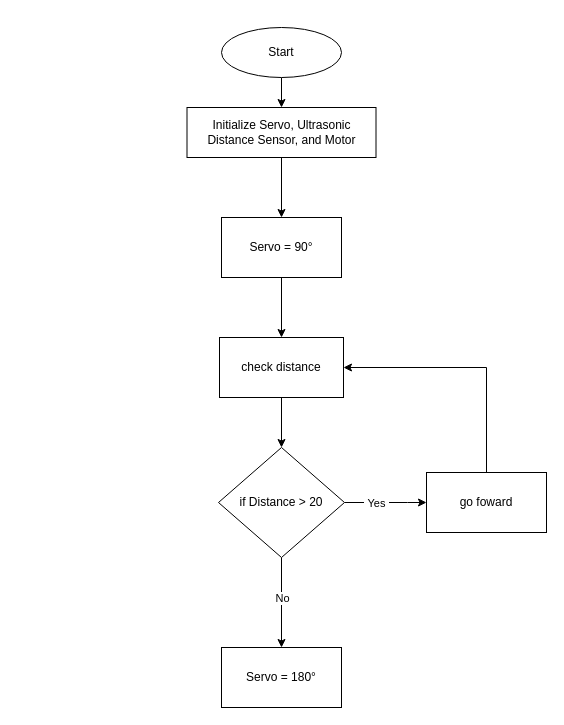
The draw.io diagram Untitled Diagram.drawio in MeghanRN/Meghan-Robotics-Crash-Course, before the edit. Source tidied: cells renumbered, new cells numbered last; positions are measured from the earlier drawing's top-left corner, leaving out a move shared by most shapes. Both pictures are drawn from the tidied source at 100%, with x=0, y=0 at pixel (187, 27).
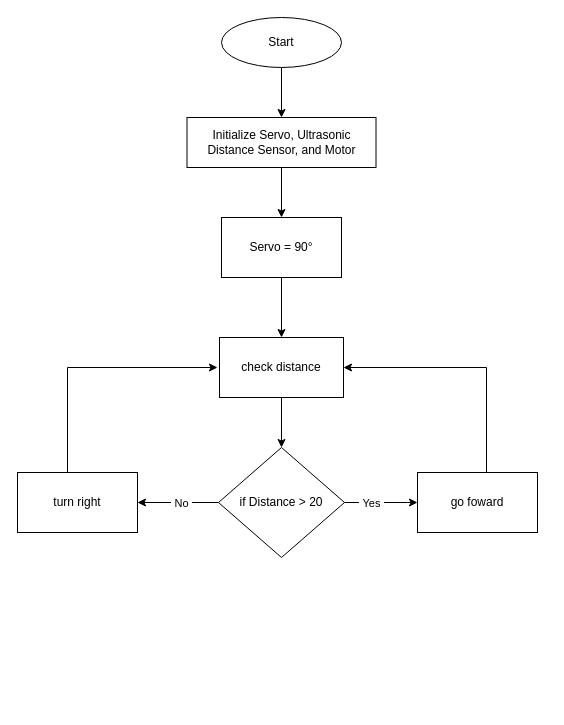
Above is the later version.

The change refers to these unchanged cells:
```xml
<mxCell id="13" value="if Distance &amp;gt; 20" style="rhombus;whiteSpace=wrap;html=1;rounded=0;" parent="1" vertex="1">
  <mxGeometry x="31" y="420" width="126" height="110" as="geometry" />
</mxCell>
```

The edit, as a diff of the source:
```diff
@@
     <mxCell id="3" value="Start" style="ellipse;whiteSpace=wrap;html=1;" parent="1" vertex="1">
-      <mxGeometry x="34" width="120" height="50" as="geometry" />
+      <mxGeometry x="34" y="-10" width="120" height="50" as="geometry" />
     </mxCell>
@@
     <mxCell id="5" value="Initialize Servo, Ultrasonic Distance Sensor, and Motor" style="rounded=0;whiteSpace=wrap;html=1;" parent="1" vertex="1">
-      <mxGeometry x="-0.5" y="80" width="189" height="50" as="geometry" />
+      <mxGeometry x="-0.5" y="90" width="189" height="50" as="geometry" />
     </mxCell>
+    <mxCell id="18" style="edgeStyle=orthogonalEdgeStyle;rounded=0;jettySize=auto;html=1;" parent="1" edge="1" source="6">
+      <mxGeometry relative="1" as="geometry">
+        <mxPoint x="30" y="340" as="targetPoint" />
+        <Array as="points">
+          <mxPoint x="-120" y="340" />
+        </Array>
+      </mxGeometry>
+    </mxCell>
-    <mxCell id="6" value="Servo = 180°" style="rounded=0;whiteSpace=wrap;html=1;" parent="1" vertex="1">
-      <mxGeometry x="34" y="620" width="120" height="60" as="geometry" />
+    <mxCell id="6" value="turn right" style="rounded=0;whiteSpace=wrap;html=1;" parent="1" vertex="1">
+      <mxGeometry x="-170" y="445" width="120" height="60" as="geometry" />
     </mxCell>
@@
-    <mxCell id="11" style="edgeStyle=orthogonalEdgeStyle;rounded=0;jettySize=auto;html=1;entryX=0.5;entryY=0;entryDx=0;entryDy=0;" parent="1" edge="1" source="13" target="6">
-      <mxGeometry relative="1" as="geometry" />
+    <mxCell id="11" style="edgeStyle=orthogonalEdgeStyle;rounded=0;jettySize=auto;html=1;entryX=1;entryY=0.5;entryDx=0;entryDy=0;" parent="1" edge="1" source="13" target="6">
+      <mxGeometry relative="1" as="geometry">
+        <Array as="points">
+          <mxPoint x="-10" y="475" />
+          <mxPoint x="-10" y="475" />
+        </Array>
+      </mxGeometry>
     </mxCell>
-    <mxCell id="12" value="No" style="edgeLabel;html=1;align=center;verticalAlign=middle;" parent="11" vertex="1">
+    <mxCell id="12" value="&amp;nbsp;No&amp;nbsp;" style="edgeLabel;html=1;align=center;verticalAlign=middle;" parent="11" vertex="1">
       <mxGeometry x="-0.29" y="4" relative="1" as="geometry">
-        <mxPoint x="-4" y="8" as="offset" />
+        <mxPoint x="-8.7" y="-4" as="offset" />
       </mxGeometry>
     </mxCell>
@@
     <mxCell id="15" value="go foward" style="whiteSpace=wrap;html=1;rounded=0;" parent="1" vertex="1">
-      <mxGeometry x="239" y="445" width="120" height="60" as="geometry" />
+      <mxGeometry x="230" y="445" width="120" height="60" as="geometry" />
     </mxCell>
```
